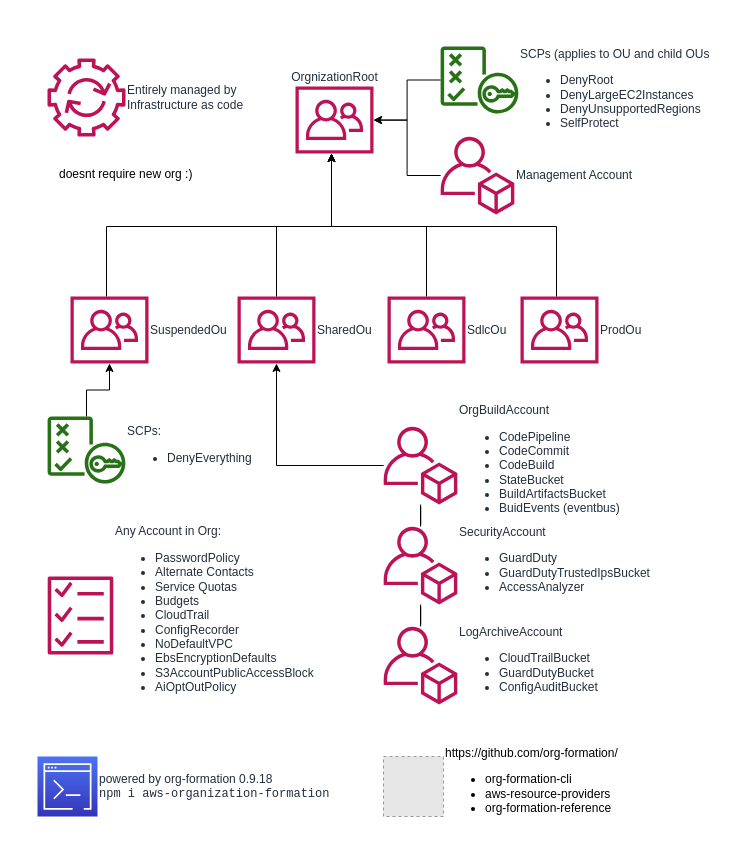
Earlier version of the draw.io diagram docs/reference-arch.drawio (org-formation/org-formation-reference). Source tidied: cells renumbered, new cells numbered last; positions are measured from the earlier drawing's top-left corner, leaving out a move shared by most shapes. Both pictures are drawn from the tidied source at 100%, with x=0, y=0 at pixel (17, 36). Pictures stored in the file or linked from it are replaced by grey dashed boxes.
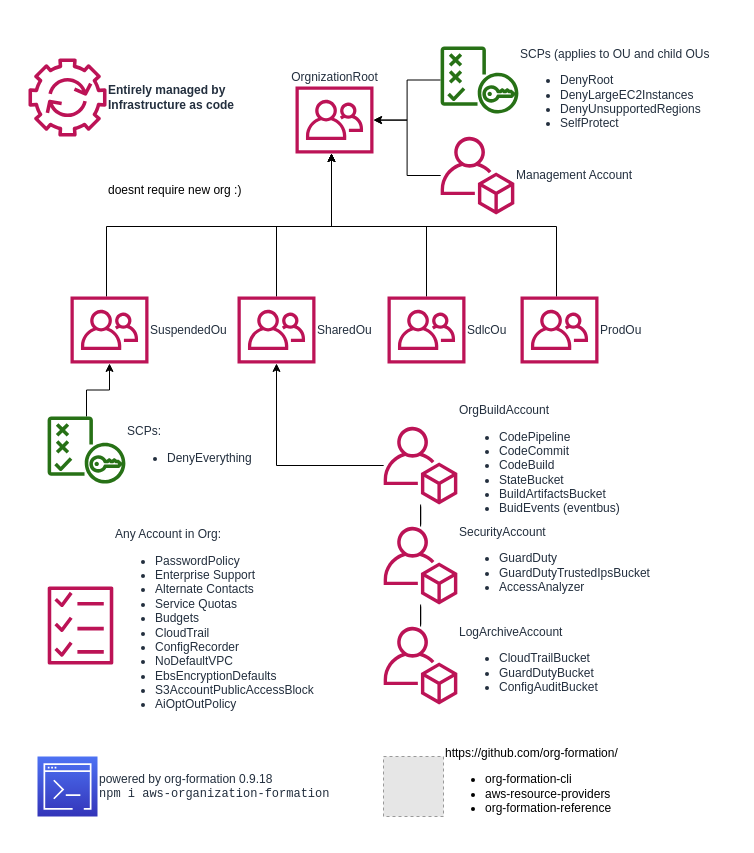
Above is the later version.

Diff of the diagram source:
```diff
@@
-    <mxCell id="24" value="Any Account in Org:&lt;br&gt;&lt;ul&gt;&lt;li&gt;PasswordPolicy&lt;/li&gt;&lt;li&gt;Alternate Contacts&lt;br&gt;&lt;/li&gt;&lt;li&gt;Service Quotas&lt;/li&gt;&lt;li&gt;Budgets&lt;br&gt;&lt;/li&gt;&lt;li&gt;CloudTrail&lt;/li&gt;&lt;li&gt;ConfigRecorder&lt;/li&gt;&lt;li&gt;NoDefaultVPC&lt;/li&gt;&lt;li&gt;EbsEncryptionDefaults&lt;/li&gt;&lt;li&gt;S3AccountPublicAccessBlock&lt;/li&gt;&lt;li&gt;AiOptOutPolicy&lt;br&gt;&lt;/li&gt;&lt;/ul&gt;" style="fontColor=#232F3E;gradientColor=none;fillColor=#BC1356;strokeColor=none;dashed=0;verticalLabelPosition=middle;verticalAlign=middle;align=left;html=1;fontSize=12;fontStyle=0;shape=mxgraph.aws4.checklist;labelBackgroundColor=none;labelPosition=right;" parent="1" vertex="1">
-      <mxGeometry x="30" y="540" width="66" height="78" as="geometry" />
+    <mxCell id="24" value="Any Account in Org:&lt;br&gt;&lt;ul&gt;&lt;li&gt;PasswordPolicy&lt;/li&gt;&lt;li&gt;Enterprise Support&lt;/li&gt;&lt;li&gt;Alternate Contacts&lt;br&gt;&lt;/li&gt;&lt;li&gt;Service Quotas&lt;/li&gt;&lt;li&gt;Budgets&lt;br&gt;&lt;/li&gt;&lt;li&gt;CloudTrail&lt;/li&gt;&lt;li&gt;ConfigRecorder&lt;/li&gt;&lt;li&gt;NoDefaultVPC&lt;/li&gt;&lt;li&gt;EbsEncryptionDefaults&lt;/li&gt;&lt;li&gt;S3AccountPublicAccessBlock&lt;/li&gt;&lt;li&gt;AiOptOutPolicy&lt;br&gt;&lt;/li&gt;&lt;/ul&gt;" style="fontColor=#232F3E;gradientColor=none;fillColor=#BC1356;strokeColor=none;dashed=0;verticalLabelPosition=middle;verticalAlign=middle;align=left;html=1;fontSize=12;fontStyle=0;shape=mxgraph.aws4.checklist;labelBackgroundColor=none;labelPosition=right;" parent="1" vertex="1">
+      <mxGeometry x="30" y="550" width="66" height="78" as="geometry" />
     </mxCell>
-    <mxCell id="25" value="Entirely managed by &lt;br&gt;Infrastructure as code" style="fontColor=#232F3E;gradientColor=none;fillColor=#BC1356;strokeColor=none;dashed=0;verticalLabelPosition=middle;verticalAlign=middle;align=left;html=1;fontSize=12;fontStyle=0;shape=mxgraph.aws4.automation;labelBackgroundColor=none;labelPosition=right;" parent="1" vertex="1">
-      <mxGeometry x="30" y="22" width="78" height="78" as="geometry" />
+    <mxCell id="25" value="Entirely managed by &lt;br&gt;Infrastructure as code" style="fontColor=#232F3E;gradientColor=none;fillColor=#BC1356;strokeColor=none;dashed=0;verticalLabelPosition=middle;verticalAlign=middle;align=left;html=1;fontSize=12;fontStyle=1;shape=mxgraph.aws4.automation;labelBackgroundColor=none;labelPosition=right;" parent="1" vertex="1">
+      <mxGeometry x="11" y="22" width="78" height="78" as="geometry" />
     </mxCell>
@@
     <mxCell id="28" value="doesnt require new org :)" style="text;html=1;" parent="1" vertex="1">
-      <mxGeometry x="40" y="124" width="160" height="30" as="geometry" />
+      <mxGeometry x="89" y="140" width="160" height="30" as="geometry" />
     </mxCell>
```
